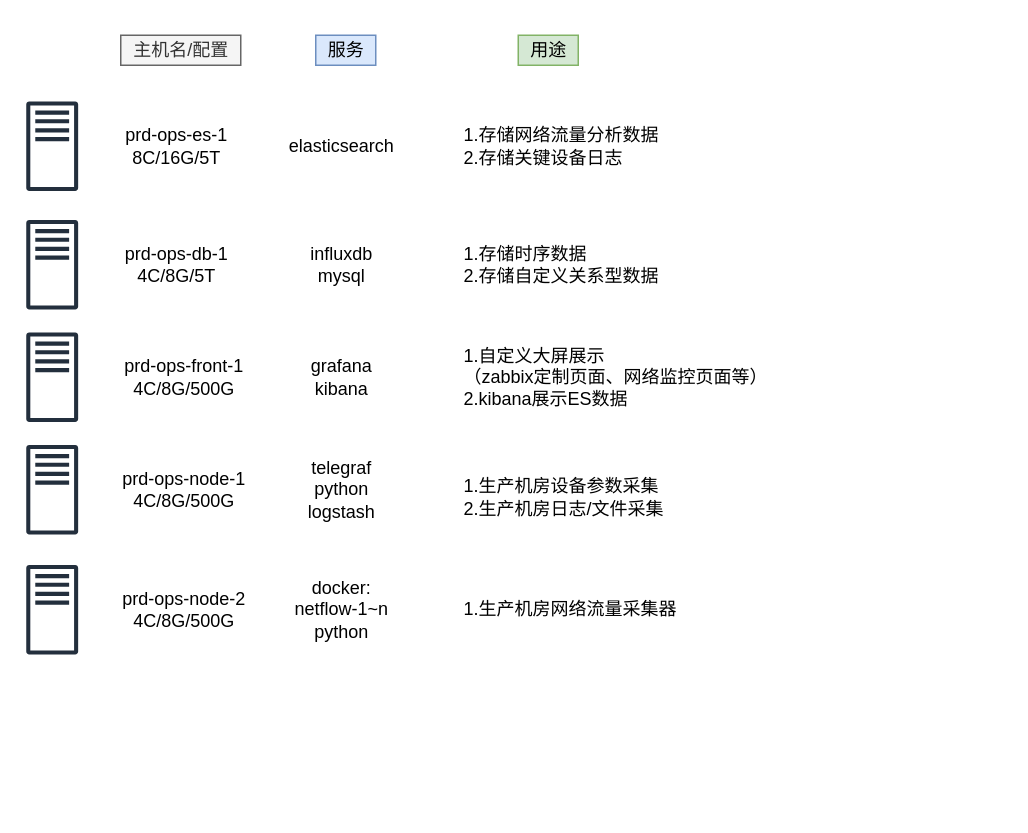
dreamage/l_public keeps this draw.io diagram as NOC.drawio. Above is the earlier version. Source tidied: cells renumbered, new cells numbered last; positions are measured from the earlier drawing's top-left corner, leaving out a move shared by most shapes. Both pictures are drawn from the tidied source at 150%, with x=0, y=0 at pixel (26, 34).
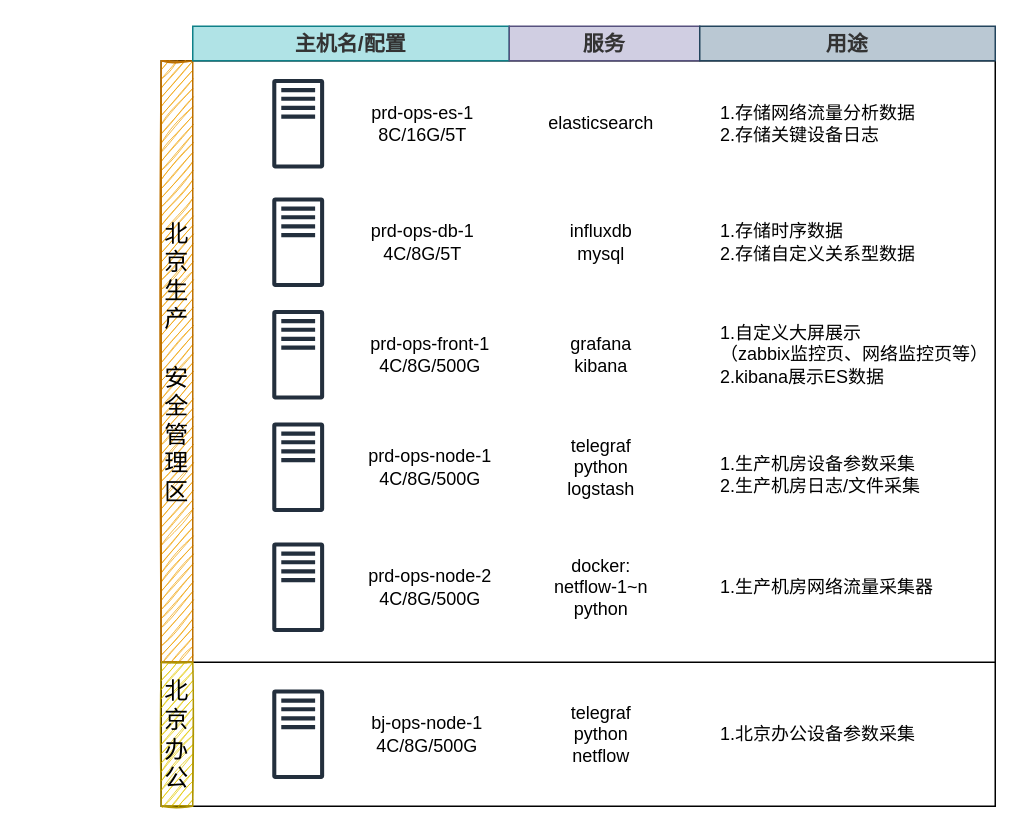
The same page after the edit.

What changed in the source:
```diff
@@
+    <mxCell id="25" style="rounded=0;whiteSpace=wrap;html=1;" parent="1" vertex="1">
+      <mxGeometry x="90" y="418" width="556" height="96" as="geometry" />
+    </mxCell>
+    <mxCell id="26" style="rounded=0;whiteSpace=wrap;html=1;" parent="1" vertex="1">
+      <mxGeometry x="90" y="17" width="556" height="401" as="geometry" />
+    </mxCell>
-    <mxCell id="2" style="sketch=0;fontColor=#232F3E;gradientColor=none;fillColor=#232F3D;strokeColor=none;dashed=0;verticalLabelPosition=bottom;verticalAlign=top;align=center;html=1;fontSize=12;fontStyle=0;shape=mxgraph.aws4.traditional_server;" parent="1" vertex="1">
-      <mxGeometry y="44" width="34.6" height="60" as="geometry" />
+    <mxCell id="2" style="sketch=0;fontColor=#232F3E;gradientColor=none;fillColor=#232F3D;strokeColor=none;dashed=0;verticalLabelPosition=bottom;verticalAlign=top;align=center;html=1;fontSize=12;fontStyle=0;shape=mxgraph.aws4.traditional_server;shadow=0;" parent="1" vertex="1">
+      <mxGeometry x="164" y="29" width="34.6" height="60" as="geometry" />
     </mxCell>
     <mxCell id="3" value="prd-ops-es-1&lt;br&gt;8C/16G/5T" style="text;html=1;align=center;verticalAlign=middle;strokeColor=none;fillColor=none;" parent="1" vertex="1">
-      <mxGeometry x="59.6" y="59" width="80" height="30" as="geometry" />
+      <mxGeometry x="223.6" y="44" width="80" height="30" as="geometry" />
     </mxCell>
     <mxCell id="4" value="prd-ops-db-1&lt;br&gt;4C/8G/5T" style="text;html=1;align=center;verticalAlign=middle;strokeColor=none;fillColor=none;" parent="1" vertex="1">
-      <mxGeometry x="59.6" y="138" width="80" height="30" as="geometry" />
+      <mxGeometry x="223.6" y="123" width="80" height="30" as="geometry" />
     </mxCell>
     <mxCell id="5" value="prd-ops-front-1&lt;br&gt;4C/8G/500G" style="text;html=1;align=center;verticalAlign=middle;strokeColor=none;fillColor=none;" parent="1" vertex="1">
-      <mxGeometry x="59.6" y="213" width="90" height="30" as="geometry" />
+      <mxGeometry x="223.6" y="198" width="90" height="30" as="geometry" />
     </mxCell>
     <mxCell id="6" style="sketch=0;fontColor=#232F3E;gradientColor=none;fillColor=#232F3D;strokeColor=none;dashed=0;verticalLabelPosition=bottom;verticalAlign=top;align=center;html=1;fontSize=12;fontStyle=0;shape=mxgraph.aws4.traditional_server;" parent="1" vertex="1">
-      <mxGeometry y="123" width="34.6" height="60" as="geometry" />
+      <mxGeometry x="164" y="108" width="34.6" height="60" as="geometry" />
     </mxCell>
     <mxCell id="7" style="sketch=0;fontColor=#232F3E;gradientColor=none;fillColor=#232F3D;strokeColor=none;dashed=0;verticalLabelPosition=bottom;verticalAlign=top;align=center;html=1;fontSize=12;fontStyle=0;shape=mxgraph.aws4.traditional_server;" parent="1" vertex="1">
-      <mxGeometry y="198" width="34.6" height="60" as="geometry" />
+      <mxGeometry x="164" y="183" width="34.6" height="60" as="geometry" />
     </mxCell>
     <mxCell id="8" style="sketch=0;fontColor=#232F3E;gradientColor=none;fillColor=#232F3D;strokeColor=none;dashed=0;verticalLabelPosition=bottom;verticalAlign=top;align=center;html=1;fontSize=12;fontStyle=0;shape=mxgraph.aws4.traditional_server;" parent="1" vertex="1">
-      <mxGeometry y="273" width="34.6" height="60" as="geometry" />
+      <mxGeometry x="164" y="258" width="34.6" height="60" as="geometry" />
     </mxCell>
     <mxCell id="9" style="sketch=0;fontColor=#232F3E;gradientColor=none;fillColor=#232F3D;strokeColor=none;dashed=0;verticalLabelPosition=bottom;verticalAlign=top;align=center;html=1;fontSize=12;fontStyle=0;shape=mxgraph.aws4.traditional_server;" parent="1" vertex="1">
-      <mxGeometry y="353" width="34.6" height="60" as="geometry" />
+      <mxGeometry x="164" y="338" width="34.6" height="60" as="geometry" />
     </mxCell>
     <mxCell id="10" value="prd-ops-node-1&lt;br&gt;4C/8G/500G" style="text;html=1;align=center;verticalAlign=middle;strokeColor=none;fillColor=none;" parent="1" vertex="1">
-      <mxGeometry x="54.6" y="288" width="100" height="30" as="geometry" />
+      <mxGeometry x="218.6" y="273" width="100" height="30" as="geometry" />
     </mxCell>
-    <mxCell id="11" value="主机名/配置" style="text;html=1;align=center;verticalAlign=middle;strokeColor=#666666;fillColor=#f5f5f5;fontColor=#333333;" parent="1" vertex="1">
-      <mxGeometry x="63" width="80" height="20" as="geometry" />
-    </mxCell>
-    <mxCell id="12" value="服务" style="text;html=1;align=center;verticalAlign=middle;strokeColor=#6c8ebf;fillColor=#dae8fc;" parent="1" vertex="1">
-      <mxGeometry x="193" width="40" height="20" as="geometry" />
-    </mxCell>
     <mxCell id="13" value="elasticsearch" style="text;html=1;align=center;verticalAlign=middle;strokeColor=none;fillColor=none;" parent="1" vertex="1">
-      <mxGeometry x="164.6" y="64" width="90" height="20" as="geometry" />
+      <mxGeometry x="337.6" y="49" width="90" height="20" as="geometry" />
     </mxCell>
     <mxCell id="14" value="influxdb&lt;br&gt;mysql" style="text;html=1;align=center;verticalAlign=middle;strokeColor=none;fillColor=none;" parent="1" vertex="1">
-      <mxGeometry x="179.6" y="138" width="60" height="30" as="geometry" />
+      <mxGeometry x="352.6" y="123" width="60" height="30" as="geometry" />
     </mxCell>
     <mxCell id="15" value="grafana&lt;br&gt;kibana" style="text;html=1;align=center;verticalAlign=middle;strokeColor=none;fillColor=none;" parent="1" vertex="1">
-      <mxGeometry x="179.6" y="213" width="60" height="30" as="geometry" />
+      <mxGeometry x="352.6" y="198" width="60" height="30" as="geometry" />
     </mxCell>
     <mxCell id="16" value="telegraf&lt;br&gt;python&lt;br&gt;logstash" style="text;html=1;align=center;verticalAlign=middle;strokeColor=none;fillColor=none;" parent="1" vertex="1">
-      <mxGeometry x="179.6" y="278" width="60" height="50" as="geometry" />
+      <mxGeometry x="352.6" y="263" width="60" height="50" as="geometry" />
     </mxCell>
     <mxCell id="17" value="docker:&lt;br&gt;netflow-1~n&lt;br&gt;python" style="text;html=1;align=center;verticalAlign=middle;strokeColor=none;fillColor=none;" parent="1" vertex="1">
-      <mxGeometry x="173.6" y="360" width="73" height="46" as="geometry" />
+      <mxGeometry x="346.6" y="345" width="73" height="46" as="geometry" />
     </mxCell>
     <mxCell id="18" value="prd-ops-node-2&lt;br&gt;4C/8G/500G" style="text;html=1;align=center;verticalAlign=middle;strokeColor=none;fillColor=none;" parent="1" vertex="1">
-      <mxGeometry x="54.6" y="368" width="100" height="30" as="geometry" />
+      <mxGeometry x="218.6" y="353" width="100" height="30" as="geometry" />
     </mxCell>
-    <mxCell id="19" value="用途" style="text;html=1;align=center;verticalAlign=middle;strokeColor=#82b366;fillColor=#d5e8d4;" parent="1" vertex="1">
-      <mxGeometry x="328" width="40" height="20" as="geometry" />
-    </mxCell>
-    <mxCell id="20" value="1.存储网络流量分析数据&lt;br&gt;&lt;div&gt;&lt;span&gt;2.存储关键设备日志&lt;/span&gt;&lt;/div&gt;" style="text;html=1;align=left;verticalAlign=middle;strokeColor=none;fillColor=none;" parent="1" vertex="1">
-      <mxGeometry x="289.6" y="58" width="140" height="32" as="geometry" />
+    <mxCell id="20" value="1.存储网络流量分析数据&lt;br&gt;&lt;div&gt;&lt;span&gt;2.存储关键设备日志&lt;/span&gt;&lt;/div&gt;" style="text;html=1;align=left;verticalAlign=middle;strokeColor=none;fillColor=none;rounded=0;glass=0;shadow=0;sketch=0;" parent="1" vertex="1">
+      <mxGeometry x="460.6" y="43" width="140" height="32" as="geometry" />
     </mxCell>
     <mxCell id="21" value="1.存储时序数据&lt;br&gt;2.存储自定义关系型数据" style="text;html=1;align=left;verticalAlign=middle;strokeColor=none;fillColor=none;" parent="1" vertex="1">
-      <mxGeometry x="289.6" y="138" width="150" height="30" as="geometry" />
+      <mxGeometry x="460.6" y="123" width="150" height="30" as="geometry" />
     </mxCell>
-    <mxCell id="22" value="1.自定义大屏展示&lt;br&gt;（zabbix定制页面、网络监控页面等）&lt;br&gt;2.kibana展示ES数据" style="text;html=1;align=left;verticalAlign=middle;strokeColor=none;fillColor=none;" parent="1" vertex="1">
-      <mxGeometry x="289.6" y="203" width="220" height="50" as="geometry" />
+    <mxCell id="22" value="1.自定义大屏展示&lt;br&gt;（zabbix监控页、网络监控页等）&lt;br&gt;2.kibana展示ES数据" style="text;html=1;align=left;verticalAlign=middle;strokeColor=none;fillColor=none;" parent="1" vertex="1">
+      <mxGeometry x="460.6" y="190" width="189" height="46" as="geometry" />
     </mxCell>
     <mxCell id="23" value="1.生产机房设备参数采集&lt;br&gt;2.生产机房日志/文件采集" style="text;html=1;align=left;verticalAlign=middle;strokeColor=none;fillColor=none;" parent="1" vertex="1">
-      <mxGeometry x="289.6" y="293" width="150" height="30" as="geometry" />
+      <mxGeometry x="460.6" y="278" width="150" height="30" as="geometry" />
     </mxCell>
     <mxCell id="24" value="1.生产机房网络流量采集器" style="text;html=1;align=left;verticalAlign=middle;strokeColor=none;fillColor=none;" parent="1" vertex="1">
-      <mxGeometry x="289.6" y="373" width="160" height="20" as="geometry" />
+      <mxGeometry x="460.6" y="358" width="160" height="20" as="geometry" />
     </mxCell>
+    <mxCell id="27" style="sketch=0;fontColor=#232F3E;gradientColor=none;fillColor=#232F3D;strokeColor=none;dashed=0;verticalLabelPosition=bottom;verticalAlign=top;align=center;html=1;fontSize=12;fontStyle=0;shape=mxgraph.aws4.traditional_server;" parent="1" vertex="1">
+      <mxGeometry x="164" y="436" width="34.6" height="60" as="geometry" />
+    </mxCell>
+    <mxCell id="28" value="bj-ops-node-1&lt;br&gt;4C/8G/500G" style="text;html=1;align=center;verticalAlign=middle;strokeColor=none;fillColor=none;" parent="1" vertex="1">
+      <mxGeometry x="225" y="450" width="84" height="32" as="geometry" />
+    </mxCell>
+    <mxCell id="29" value="telegraf&lt;br&gt;python&lt;br&gt;netflow" style="text;html=1;align=center;verticalAlign=middle;strokeColor=none;fillColor=none;" parent="1" vertex="1">
+      <mxGeometry x="357.6" y="443" width="50" height="46" as="geometry" />
+    </mxCell>
+    <mxCell id="30" value="1.北京办公设备参数采集" style="text;html=1;align=left;verticalAlign=middle;strokeColor=none;fillColor=none;" parent="1" vertex="1">
+      <mxGeometry x="460.6" y="457" width="140" height="18" as="geometry" />
+    </mxCell>
+    <mxCell id="31" value="北京生产&lt;br&gt;&lt;br&gt;安全管理区" style="text;html=1;strokeColor=#BD7000;fillColor=#f0a30a;align=center;verticalAlign=middle;whiteSpace=wrap;rounded=0;horizontal=1;fontSize=16;fontColor=#000000;sketch=1;" parent="1" vertex="1">
+      <mxGeometry x="90" y="17" width="21" height="401" as="geometry" />
+    </mxCell>
+    <mxCell id="32" value="北京办公" style="text;html=1;strokeColor=#B09500;fillColor=#e3c800;align=center;verticalAlign=middle;whiteSpace=wrap;rounded=0;horizontal=1;fontSize=16;fontColor=#000000;sketch=1;glass=0;" parent="1" vertex="1">
+      <mxGeometry x="90" y="418" width="21" height="96" as="geometry" />
+    </mxCell>
+    <mxCell id="11" value="&lt;span style=&quot;color: rgb(51 , 51 , 51)&quot;&gt;主机名/配置&lt;/span&gt;" style="rounded=0;whiteSpace=wrap;html=1;shadow=0;glass=0;labelBackgroundColor=none;labelBorderColor=none;sketch=0;fontSize=14;fillColor=#b0e3e6;strokeColor=#0e8088;fontStyle=1;" parent="1" vertex="1">
+      <mxGeometry x="111" y="-6" width="211" height="23" as="geometry" />
+    </mxCell>
+    <mxCell id="12" value="&lt;span style=&quot;color: rgb(51 , 51 , 51)&quot;&gt;服务&lt;/span&gt;" style="rounded=0;whiteSpace=wrap;html=1;shadow=0;glass=0;labelBackgroundColor=none;labelBorderColor=none;sketch=0;fontSize=14;fillColor=#d0cee2;strokeColor=#56517e;fontStyle=1;" parent="1" vertex="1">
+      <mxGeometry x="322" y="-6" width="127" height="23" as="geometry" />
+    </mxCell>
+    <mxCell id="19" value="&lt;span style=&quot;color: rgb(51 , 51 , 51)&quot;&gt;用途&lt;/span&gt;" style="rounded=0;whiteSpace=wrap;html=1;shadow=0;glass=0;labelBackgroundColor=none;labelBorderColor=none;sketch=0;fontSize=14;fillColor=#bac8d3;strokeColor=#23445d;fontStyle=1;" parent="1" vertex="1">
+      <mxGeometry x="449" y="-6" width="197" height="23" as="geometry" />
+    </mxCell>
```
